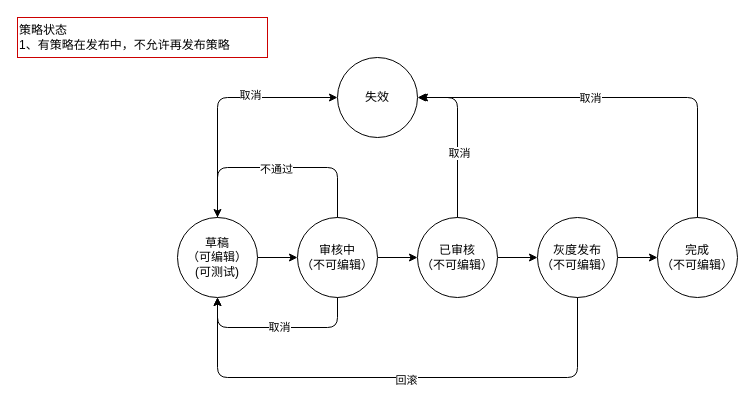
Wang-Jun-Chao/diagrams keeps this draw.io diagram as Untitled Diagram.drawio. Above is the earlier version. Source tidied: cells renumbered, new cells numbered last; positions are measured from the earlier drawing's top-left corner, leaving out a move shared by most shapes. Both pictures are drawn from the tidied source at 100%, with x=0, y=0 at pixel (17, 17).
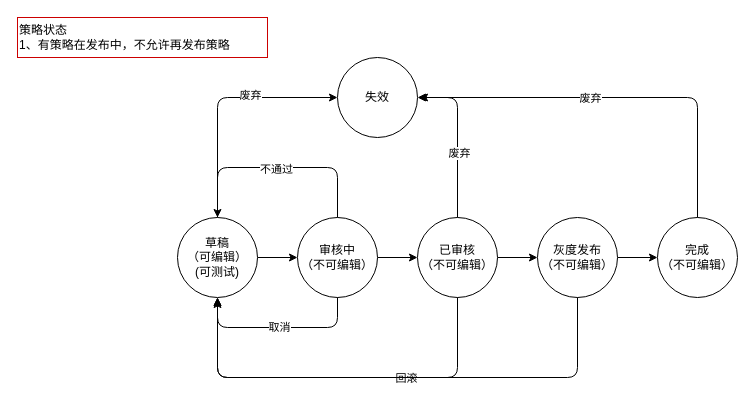
After the change.

The change refers to these unchanged cells:
```xml
<mxCell id="7" value="已审核&lt;br&gt;（不可编辑）" style="ellipse;whiteSpace=wrap;html=1;" parent="1" vertex="1">
  <mxGeometry x="400" y="200" width="80" height="80" as="geometry" />
</mxCell>
<mxCell id="12" style="endArrow=classic;html=1;edgeStyle=orthogonalEdgeStyle;entryX=0;entryY=0.5;entryDx=0;entryDy=0;exitX=0.5;exitY=0;exitDx=0;exitDy=0;" parent="1" edge="1" source="3" target="11">
  <mxGeometry relative="1" as="geometry">
    <Array as="points">
      <mxPoint x="200" y="80" />
    </Array>
  </mxGeometry>
</mxCell>
<mxCell id="14" style="endArrow=classic;html=1;entryX=1;entryY=0.5;entryDx=0;entryDy=0;edgeStyle=orthogonalEdgeStyle;" parent="1" edge="1" source="10" target="11">
  <mxGeometry relative="1" as="geometry">
    <Array as="points">
      <mxPoint x="680" y="80" />
    </Array>
  </mxGeometry>
</mxCell>
<mxCell id="18" style="endArrow=classic;html=1;edgeStyle=orthogonalEdgeStyle;exitX=0.5;exitY=1;exitDx=0;exitDy=0;entryX=0.5;entryY=1;entryDx=0;entryDy=0;" parent="1" edge="1" source="9" target="3">
  <mxGeometry relative="1" as="geometry">
    <Array as="points">
      <mxPoint x="560" y="360" />
      <mxPoint x="200" y="360" />
    </Array>
  </mxGeometry>
</mxCell>
<mxCell id="20" style="endArrow=classic;html=1;edgeStyle=orthogonalEdgeStyle;" parent="1" edge="1">
  <mxGeometry relative="1" as="geometry">
    <mxPoint x="440" y="200" as="sourcePoint" />
    <mxPoint x="402" y="80" as="targetPoint" />
    <Array as="points">
      <mxPoint x="440" y="80" />
    </Array>
  </mxGeometry>
</mxCell>
```

Change to the diagram source:
```diff
@@
-    <mxCell id="13" value="取消" style="edgeLabel;html=1;align=center;verticalAlign=middle;" parent="12" vertex="1">
+    <mxCell id="13" value="废弃" style="edgeLabel;html=1;align=center;verticalAlign=middle;" parent="12" vertex="1">
       <mxGeometry x="0.27" y="3" relative="1" as="geometry" />
     </mxCell>
@@
-    <mxCell id="15" value="取消" style="edgeLabel;html=1;align=center;verticalAlign=middle;" parent="14" vertex="1">
+    <mxCell id="15" value="废弃" style="edgeLabel;html=1;align=center;verticalAlign=middle;" parent="14" vertex="1">
       <mxGeometry x="0.14" relative="1" as="geometry" />
     </mxCell>
@@
     <mxCell id="19" value="回滚" style="edgeLabel;html=1;align=center;verticalAlign=middle;" parent="18" vertex="1">
-      <mxGeometry x="-0.03" y="2" relative="1" as="geometry" />
+      <mxGeometry x="-0.03" y="2" relative="1" as="geometry">
+        <mxPoint y="-2" as="offset" />
+      </mxGeometry>
     </mxCell>
@@
-    <mxCell id="21" value="取消" style="edgeLabel;html=1;align=center;verticalAlign=middle;" parent="20" vertex="1">
+    <mxCell id="21" value="废弃" style="edgeLabel;html=1;align=center;verticalAlign=middle;" parent="20" vertex="1">
       <mxGeometry x="-0.18" y="-1" relative="1" as="geometry" />
     </mxCell>
@@
+    <mxCell id="25" style="endArrow=classic;html=1;exitX=0.5;exitY=1;exitDx=0;exitDy=0;edgeStyle=orthogonalEdgeStyle;" parent="1" edge="1" source="7">
+      <mxGeometry relative="1" as="geometry">
+        <mxPoint x="200" y="282" as="targetPoint" />
+        <Array as="points">
+          <mxPoint x="440" y="360" />
+          <mxPoint x="200" y="360" />
+        </Array>
+      </mxGeometry>
+    </mxCell>
```
